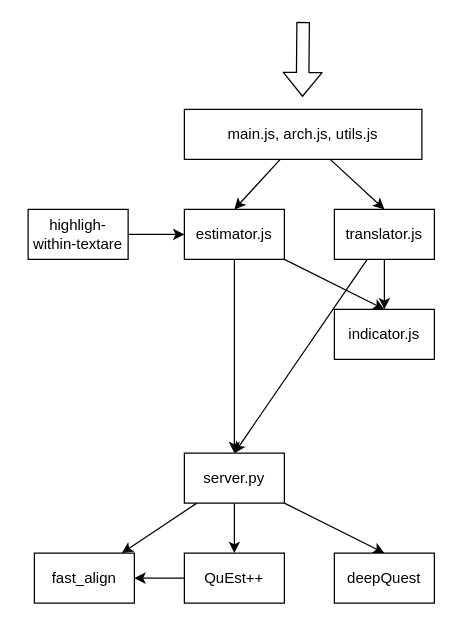
Earlier version of the draw.io diagram v2/meta/top_level_design.drawio (zouharvi/ptakopet). Source tidied: cells renumbered, new cells numbered last; positions are measured from the earlier drawing's top-left corner, leaving out a move shared by most shapes. Both pictures are drawn from the tidied source at 125%, with x=0, y=0 at pixel (28, 21).
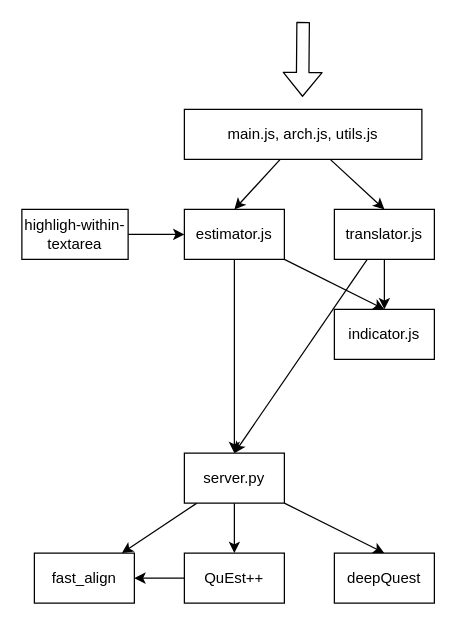
The same page after the edit.

Commit message (it also covers changes not shown here):
fix typo in doc diagram

Diff of the diagram source:
```diff
@@
-    <mxCell id="16" value="highligh-within-textare&lt;br&gt;" style="rounded=0;whiteSpace=wrap;html=1;" parent="1" vertex="1">
-      <mxGeometry y="150" width="80" height="40" as="geometry" />
+    <mxCell id="16" value="highligh-within-textarea&lt;br&gt;" style="rounded=0;whiteSpace=wrap;html=1;" parent="1" vertex="1">
+      <mxGeometry x="-5" y="150" width="85" height="40" as="geometry" />
     </mxCell>
```
